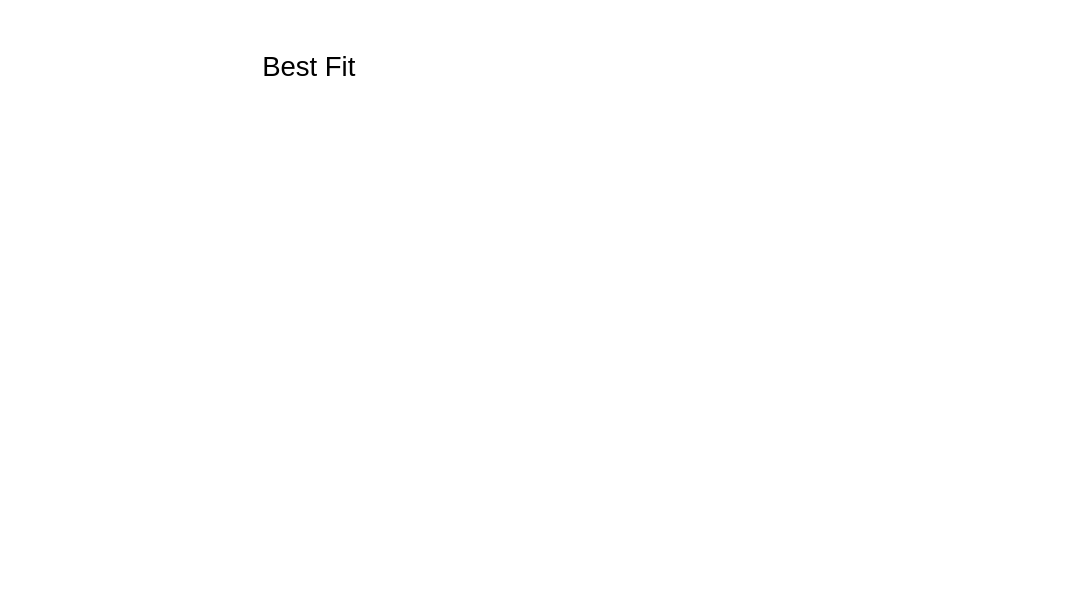
The draw.io diagram page "Best Fit" (9 of 9) of Memory Management.drawio in CorpDK/Drawing, before the edit. Source tidied: cells renumbered, new cells numbered last; positions are measured from the earlier drawing's top-left corner, leaving out a move shared by most shapes. Both pictures are drawn from the tidied source at 125%, with x=0, y=0 at pixel (109, 42).
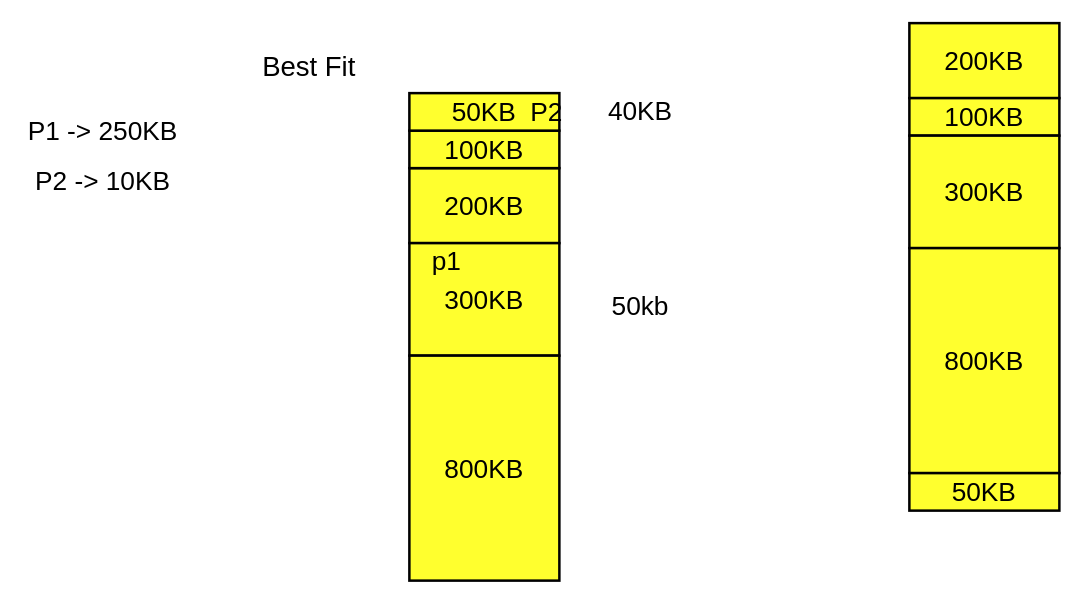
After the change.

The edit, as a diff of the source:
```diff
@@
 <mxGraphModel>
   <root>
     <mxCell id="0" />
     <mxCell id="1" parent="0" />
     <mxCell id="2" value="&lt;font style=&quot;font-size: 22px&quot;&gt;Best Fit&lt;/font&gt;" style="text;html=1;strokeColor=none;fillColor=none;align=center;verticalAlign=middle;whiteSpace=wrap;rounded=0;" parent="1" vertex="1">
       <mxGeometry width="320" height="40" as="geometry" />
     </mxCell>
+    <mxCell id="3" value="200KB" style="rounded=0;whiteSpace=wrap;html=1;glass=0;strokeWidth=2;fillColor=#FFFF2E;fontSize=21;" parent="1" vertex="1">
+      <mxGeometry x="640" y="-16" width="120" height="60" as="geometry" />
+    </mxCell>
+    <mxCell id="4" value="100KB" style="rounded=0;whiteSpace=wrap;html=1;glass=0;strokeWidth=2;fillColor=#FFFF2E;fontSize=21;" parent="1" vertex="1">
+      <mxGeometry x="640" y="44" width="120" height="30" as="geometry" />
+    </mxCell>
+    <mxCell id="5" value="300KB" style="rounded=0;whiteSpace=wrap;html=1;glass=0;strokeWidth=2;fillColor=#FFFF2E;fontSize=21;" parent="1" vertex="1">
+      <mxGeometry x="640" y="74" width="120" height="90" as="geometry" />
+    </mxCell>
+    <mxCell id="6" value="800KB" style="rounded=0;whiteSpace=wrap;html=1;glass=0;strokeWidth=2;fillColor=#FFFF2E;fontSize=21;" parent="1" vertex="1">
+      <mxGeometry x="640" y="164" width="120" height="180" as="geometry" />
+    </mxCell>
+    <mxCell id="7" value="50KB" style="rounded=0;whiteSpace=wrap;html=1;glass=0;strokeWidth=2;fillColor=#FFFF2E;fontSize=21;" parent="1" vertex="1">
+      <mxGeometry x="640" y="344" width="120" height="30" as="geometry" />
+    </mxCell>
+    <mxCell id="8" value="200KB" style="rounded=0;whiteSpace=wrap;html=1;glass=0;strokeWidth=2;fillColor=#FFFF2E;fontSize=21;" parent="1" vertex="1">
+      <mxGeometry x="240" y="100" width="120" height="60" as="geometry" />
+    </mxCell>
+    <mxCell id="9" value="100KB" style="rounded=0;whiteSpace=wrap;html=1;glass=0;strokeWidth=2;fillColor=#FFFF2E;fontSize=21;" parent="1" vertex="1">
+      <mxGeometry x="240" y="70" width="120" height="30" as="geometry" />
+    </mxCell>
+    <mxCell id="10" value="300KB" style="rounded=0;whiteSpace=wrap;html=1;glass=0;strokeWidth=2;fillColor=#FFFF2E;fontSize=21;" parent="1" vertex="1">
+      <mxGeometry x="240" y="160" width="120" height="90" as="geometry" />
+    </mxCell>
+    <mxCell id="11" value="800KB" style="rounded=0;whiteSpace=wrap;html=1;glass=0;strokeWidth=2;fillColor=#FFFF2E;fontSize=21;" parent="1" vertex="1">
+      <mxGeometry x="240" y="250" width="120" height="180" as="geometry" />
+    </mxCell>
+    <mxCell id="12" value="50KB" style="rounded=0;whiteSpace=wrap;html=1;glass=0;strokeWidth=2;fillColor=#FFFF2E;fontSize=21;" parent="1" vertex="1">
+      <mxGeometry x="240" y="40" width="120" height="30" as="geometry" />
+    </mxCell>
+    <mxCell id="13" value="P1 -&amp;gt; 250KB" style="text;html=1;strokeColor=none;fillColor=none;align=center;verticalAlign=middle;whiteSpace=wrap;rounded=0;glass=0;fontSize=21;" parent="1" vertex="1">
+      <mxGeometry x="-70" y="60" width="130" height="20" as="geometry" />
+    </mxCell>
+    <mxCell id="14" value="P2 -&amp;gt; 10KB" style="text;html=1;strokeColor=none;fillColor=none;align=center;verticalAlign=middle;whiteSpace=wrap;rounded=0;glass=0;fontSize=21;" parent="1" vertex="1">
+      <mxGeometry x="-70" y="100" width="130" height="20" as="geometry" />
+    </mxCell>
+    <mxCell id="15" value="p1" style="text;html=1;strokeColor=none;fillColor=none;align=center;verticalAlign=middle;whiteSpace=wrap;rounded=0;glass=0;fontSize=21;" parent="1" vertex="1">
+      <mxGeometry x="250" y="164" width="40" height="20" as="geometry" />
+    </mxCell>
+    <mxCell id="16" value="P2" style="text;html=1;strokeColor=none;fillColor=none;align=center;verticalAlign=middle;whiteSpace=wrap;rounded=0;glass=0;fontSize=21;" parent="1" vertex="1">
+      <mxGeometry x="330" y="45" width="40" height="20" as="geometry" />
+    </mxCell>
+    <mxCell id="17" value="50kb" style="text;html=1;strokeColor=none;fillColor=none;align=center;verticalAlign=middle;whiteSpace=wrap;rounded=0;glass=0;fontSize=21;" parent="1" vertex="1">
+      <mxGeometry x="405" y="200" width="40" height="20" as="geometry" />
+    </mxCell>
+    <mxCell id="18" value="40KB" style="text;html=1;strokeColor=none;fillColor=none;align=center;verticalAlign=middle;whiteSpace=wrap;rounded=0;glass=0;fontSize=21;" parent="1" vertex="1">
+      <mxGeometry x="405" y="44" width="40" height="20" as="geometry" />
+    </mxCell>
   </root>
 </mxGraphModel>
```
